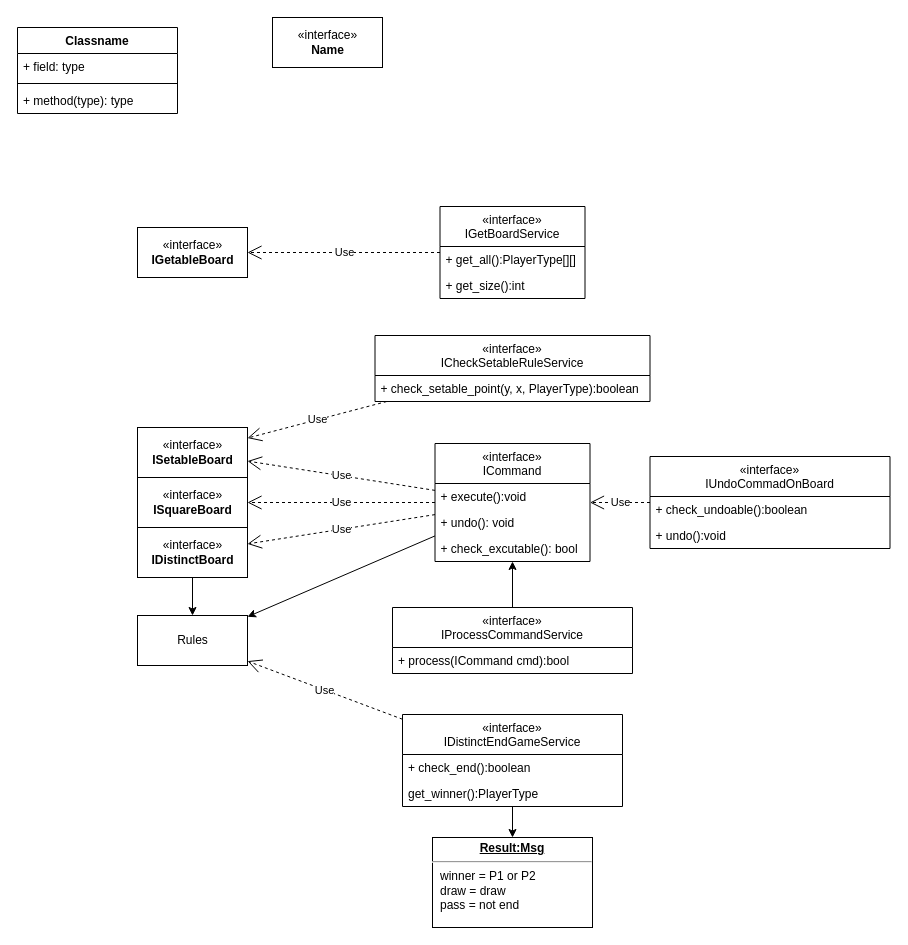
This is src/App구조.drawio from TakHyunsik/Clean_Tictactoe, a draw.io file, before an edit. Source tidied: cells renumbered, new cells numbered last; positions are measured from the earlier drawing's top-left corner, leaving out a move shared by most shapes. Both pictures are drawn from the tidied source at 100%, with x=0, y=0 at pixel (17, 17).
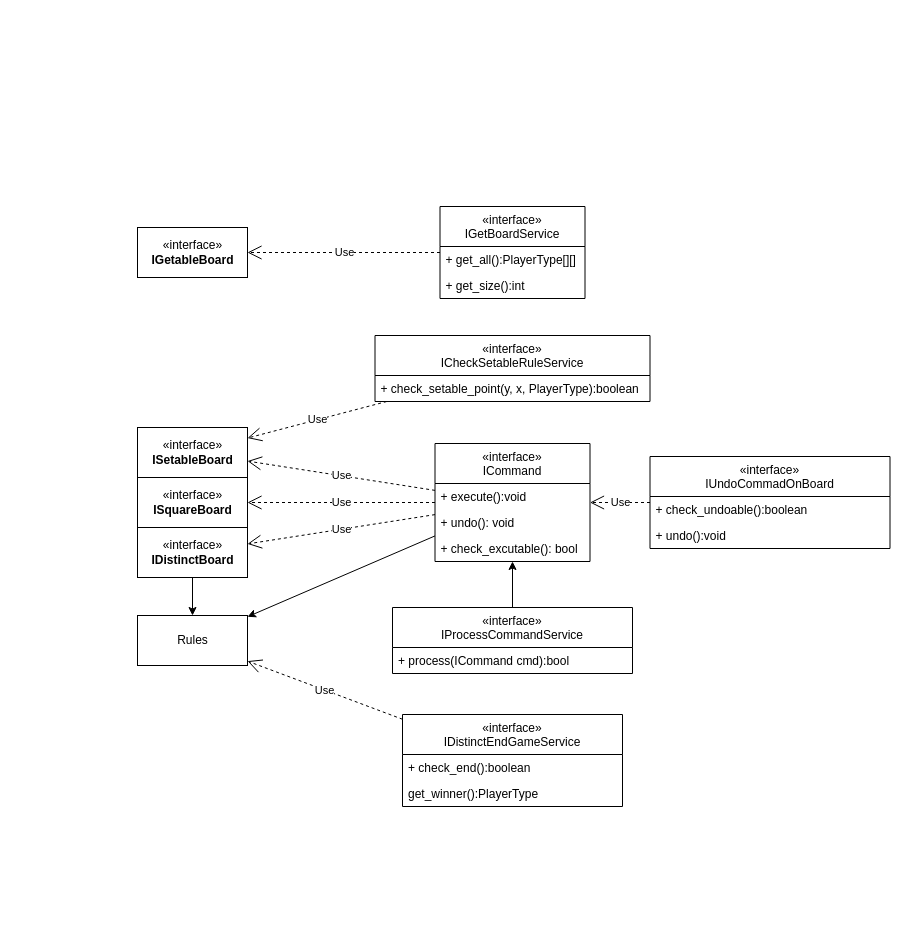
The same diagram, later.

The change refers to these unchanged cells:
```xml
<mxCell id="21" value="«interface»&#10;IDistinctEndGameService" style="swimlane;fontStyle=0;horizontal=1;startSize=40;fillColor=none;" parent="1" vertex="1">
  <mxGeometry x="385" y="697" width="220" height="92" as="geometry" />
</mxCell>
```

Diff of the diagram source:
```diff
@@
-    <mxCell id="2" value="Classname" style="swimlane;fontStyle=1;align=center;verticalAlign=top;horizontal=1;startSize=26;" parent="1" vertex="1">
-      <mxGeometry y="10" width="160" height="86" as="geometry" />
-    </mxCell>
-    <mxCell id="3" value="+ field: type" style="text;strokeColor=none;fillColor=none;align=left;verticalAlign=top;spacingLeft=4;spacingRight=4;overflow=hidden;" parent="2" vertex="1">
-      <mxGeometry y="26" width="160" height="26" as="geometry" />
-    </mxCell>
-    <mxCell id="4" style="line;strokeWidth=1;fillColor=none;align=left;verticalAlign=middle;spacingTop=-1;spacingLeft=3;spacingRight=3;labelPosition=right;strokeColor=inherit;" parent="2" vertex="1">
-      <mxGeometry y="52" width="160" height="8" as="geometry" />
-    </mxCell>
-    <mxCell id="5" value="+ method(type): type" style="text;strokeColor=none;fillColor=none;align=left;verticalAlign=top;spacingLeft=4;spacingRight=4;overflow=hidden;" parent="2" vertex="1">
-      <mxGeometry y="60" width="160" height="26" as="geometry" />
-    </mxCell>
@@
-    <mxCell id="11" value="&amp;laquo;interface&amp;raquo;&lt;br&gt;&lt;b&gt;Name&lt;/b&gt;" style="html=1;" parent="1" vertex="1">
-      <mxGeometry x="255" width="110" height="50" as="geometry" />
-    </mxCell>
@@
-    <mxCell id="20" style="edgeStyle=none;html=1;" parent="1" edge="1" source="21" target="24">
-      <mxGeometry relative="1" as="geometry" />
-    </mxCell>
@@
-    <mxCell id="24" value="&lt;p style=&quot;margin:0px;margin-top:4px;text-align:center;text-decoration:underline;&quot;&gt;&lt;b&gt;Result:Msg&lt;/b&gt;&lt;/p&gt;&lt;hr&gt;&lt;p style=&quot;margin:0px;margin-left:8px;&quot;&gt;winner = P1 or P2&lt;br&gt;draw = draw&lt;br&gt;pass = not end&lt;/p&gt;" style="verticalAlign=top;align=left;overflow=fill;fontSize=12;fontFamily=Helvetica;html=1;" parent="1" vertex="1">
-      <mxGeometry x="415" y="820" width="160" height="90" as="geometry" />
-    </mxCell>
```
